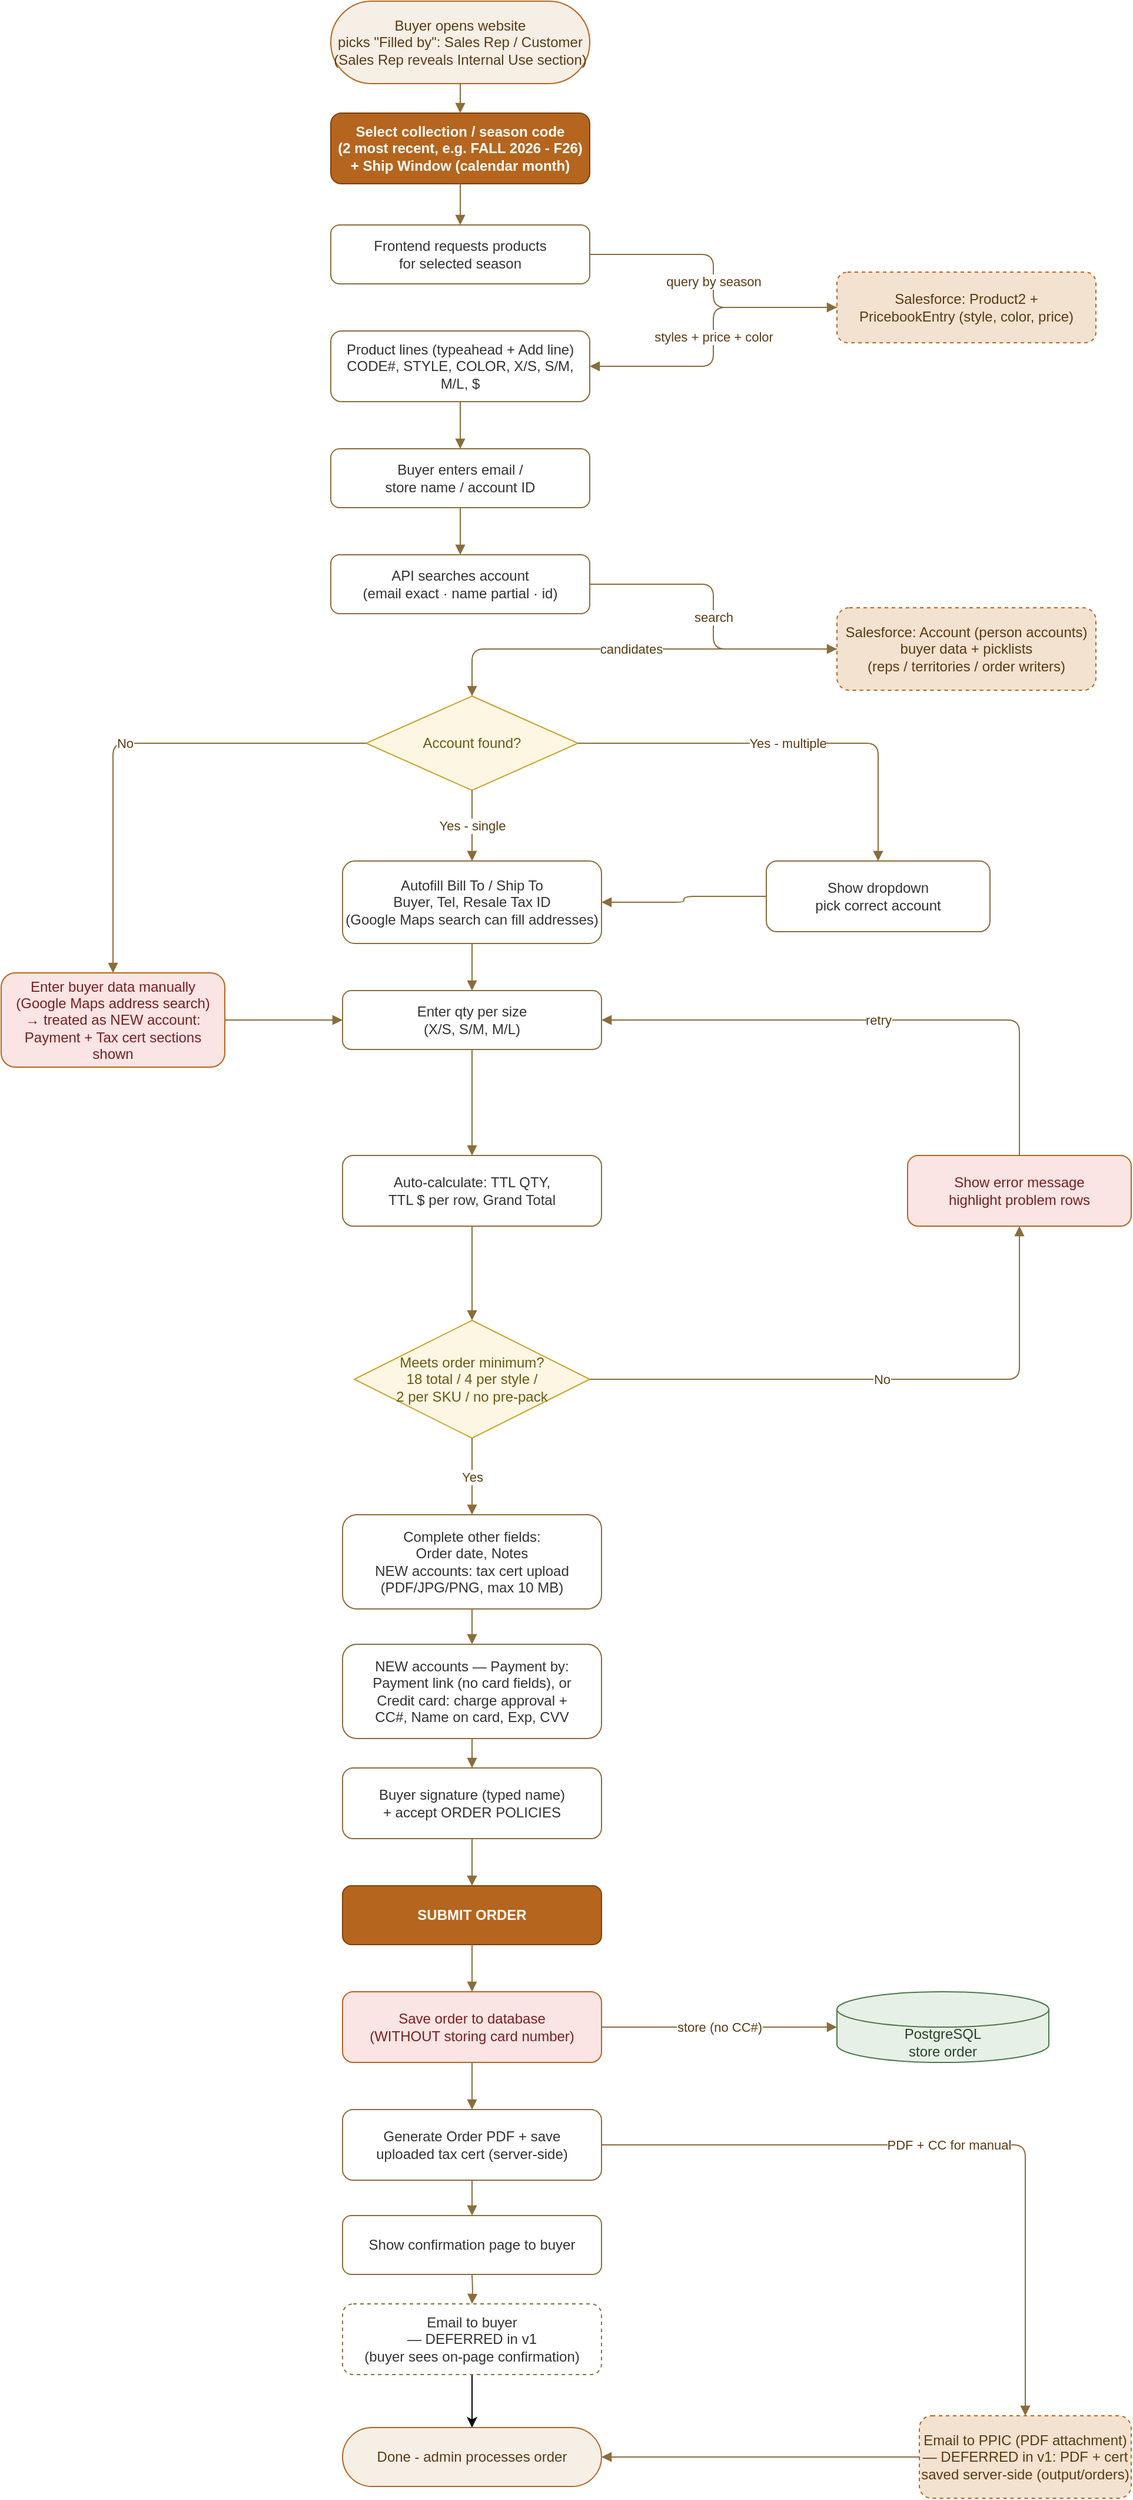
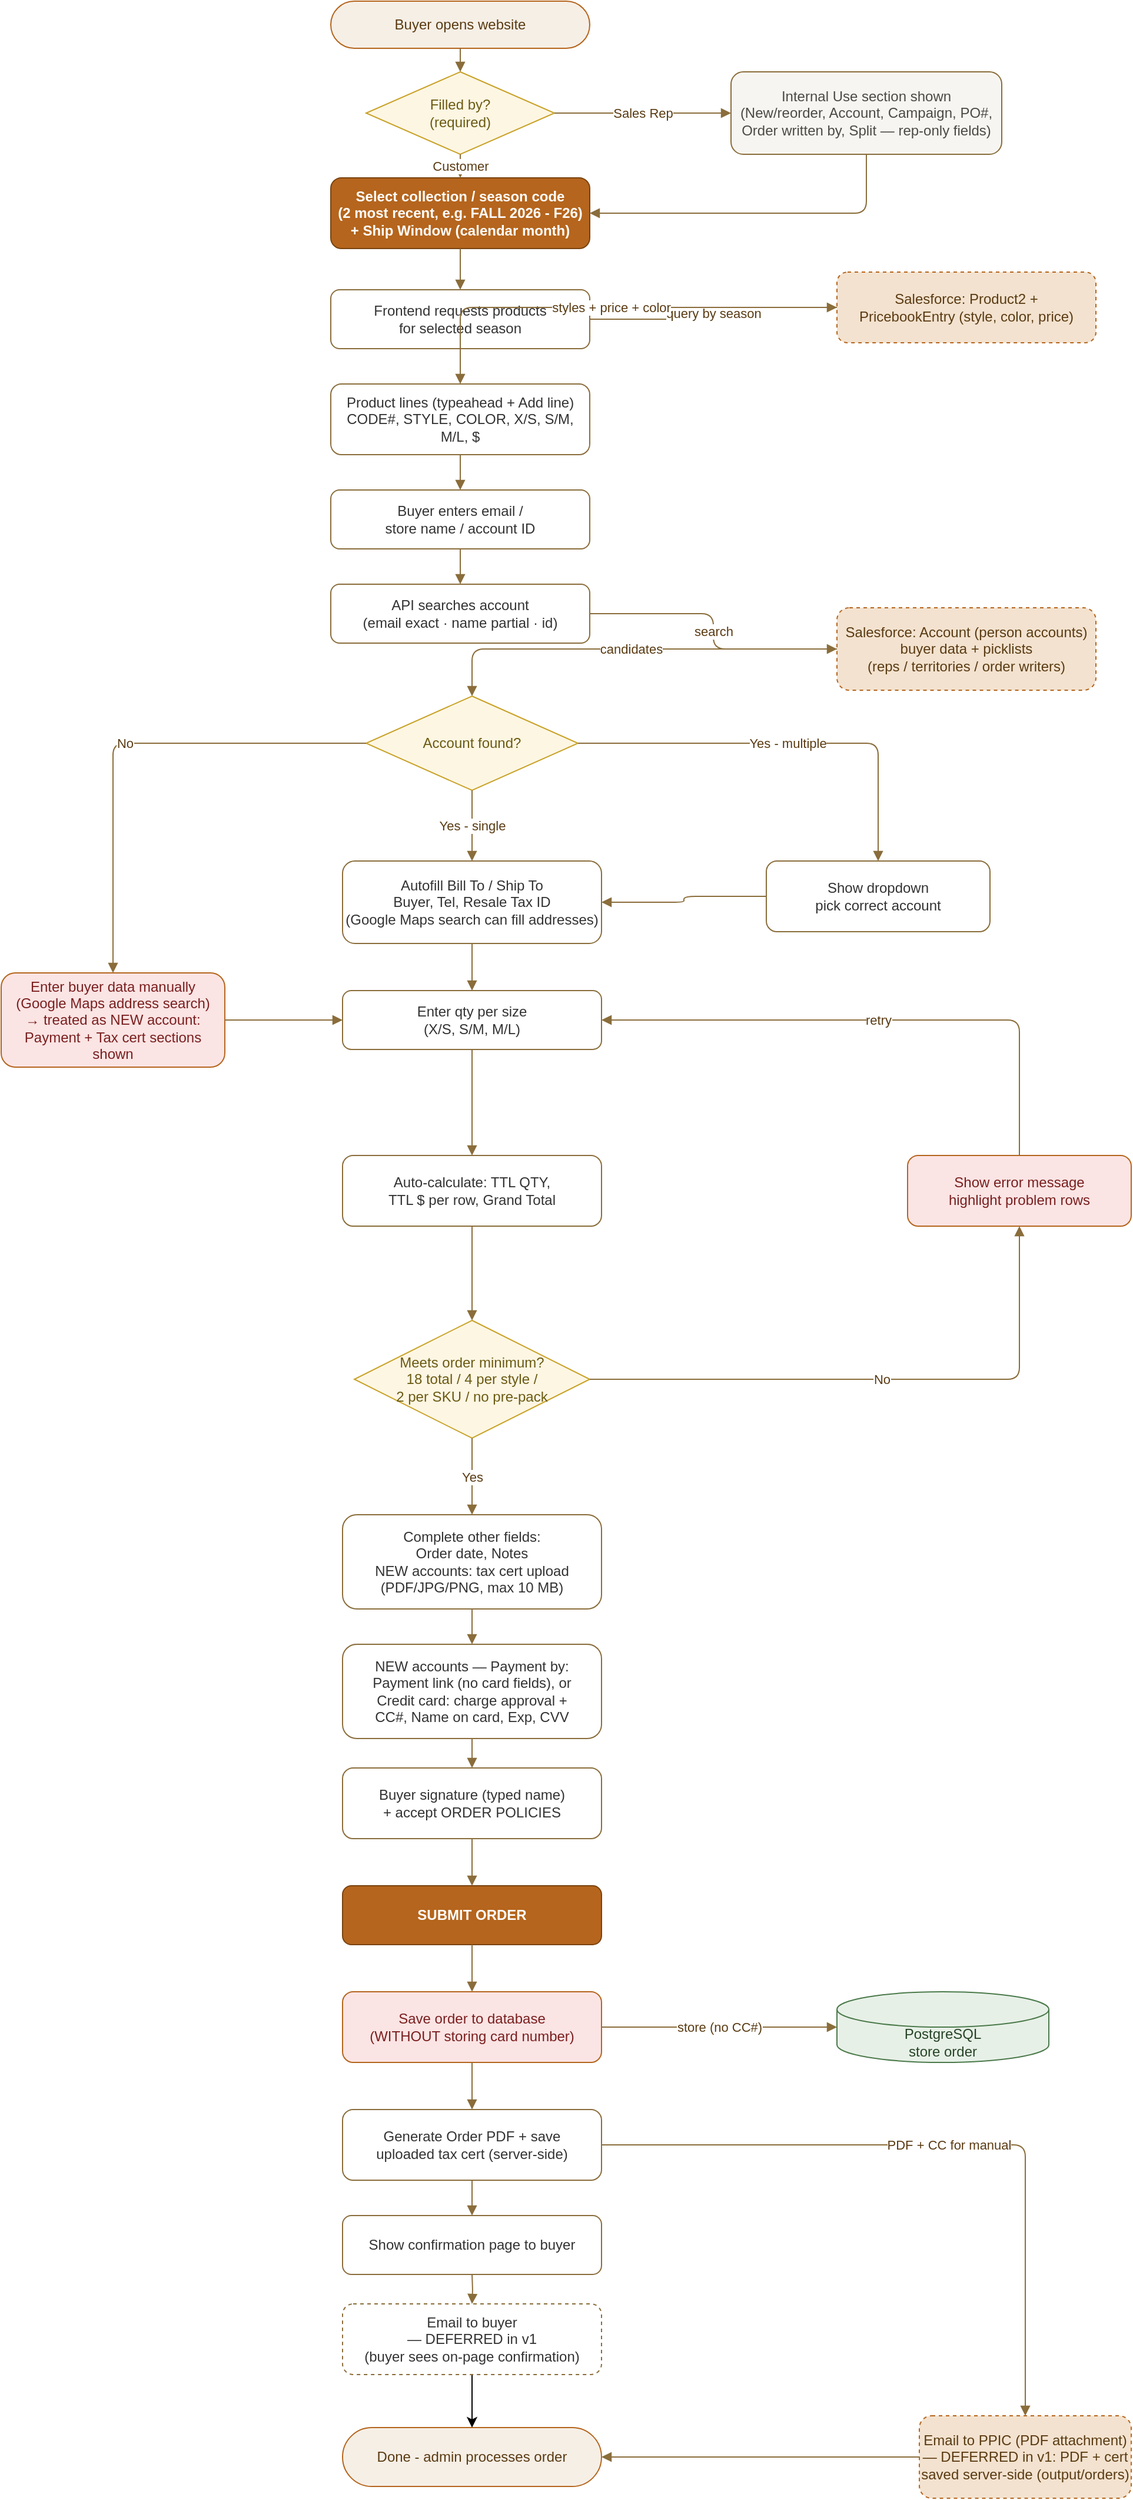
<mxfile host="65bd71144e">
    <diagram id="woodenships-order" name="Wooden Ships Order Flow">
        <mxGraphModel dx="1666" dy="571" grid="1" gridSize="10" guides="1" tooltips="1" connect="1" arrows="1" fold="1" page="1" pageScale="1" pageWidth="1100" pageHeight="1900" math="0" shadow="0">
            <root>
                <mxCell id="0"/>
                <mxCell id="1" parent="0"/>
-                 <mxCell id="start" value="Buyer opens website&lt;br&gt;picks &quot;Filled by&quot;: Sales Rep / Customer&lt;br&gt;(Sales Rep reveals Internal Use section)" style="rounded=1;whiteSpace=wrap;html=1;fillColor=#f6efe6;strokeColor=#b5651d;arcSize=50;fontColor=#5a3b13;" parent="1" vertex="1">
-                     <mxGeometry x="360" y="10" width="220" height="70" as="geometry"/>
+                 <mxCell id="start" value="Buyer opens website" style="rounded=1;whiteSpace=wrap;html=1;fillColor=#f6efe6;strokeColor=#b5651d;arcSize=50;fontColor=#5a3b13;" parent="1" vertex="1">
+                     <mxGeometry x="360" y="10" width="220" height="40" as="geometry"/>
+                 </mxCell>
+                 <mxCell id="filledby" value="Filled by?&lt;br&gt;(required)" style="rhombus;whiteSpace=wrap;html=1;fillColor=#fdf6e3;strokeColor=#c9a227;fontColor=#6b5a12;" parent="1" vertex="1">
+                     <mxGeometry x="390" y="70" width="160" height="70" as="geometry"/>
+                 </mxCell>
+                 <mxCell id="internaluse" value="Internal Use section shown&lt;br&gt;(New/reorder, Account, Campaign, PO#,&lt;br&gt;Order written by, Split — rep-only fields)" style="rounded=1;whiteSpace=wrap;html=1;fillColor=#f7f5f1;strokeColor=#8a6d3b;fontColor=#4c4a45;" parent="1" vertex="1">
+                     <mxGeometry x="700" y="70" width="230" height="70" as="geometry"/>
                </mxCell>
                <mxCell id="season" value="Select collection / season code&lt;br&gt;(2 most recent, e.g. FALL 2026 - F26)&lt;br&gt;+ Ship Window (calendar month)" style="rounded=1;whiteSpace=wrap;html=1;fillColor=#b5651d;strokeColor=#7a430f;fontColor=#ffffff;fontStyle=1;" parent="1" vertex="1">
-                     <mxGeometry x="360" y="105" width="220" height="60" as="geometry"/>
+                     <mxGeometry x="360" y="160" width="220" height="60" as="geometry"/>
                </mxCell>
                <mxCell id="req" value="Frontend requests products&lt;br&gt;for selected season" style="rounded=1;whiteSpace=wrap;html=1;fillColor=#ffffff;strokeColor=#8a6d3b;fontColor=#333333;" parent="1" vertex="1">
-                     <mxGeometry x="360" y="200" width="220" height="50" as="geometry"/>
+                     <mxGeometry x="360" y="255" width="220" height="50" as="geometry"/>
                </mxCell>
                <mxCell id="show" value="Product lines (typeahead + Add line)&lt;br&gt;CODE#, STYLE, COLOR, X/S, S/M, M/L, $" style="rounded=1;whiteSpace=wrap;html=1;fillColor=#ffffff;strokeColor=#8a6d3b;fontColor=#333333;" parent="1" vertex="1">
-                     <mxGeometry x="360" y="290" width="220" height="60" as="geometry"/>
+                     <mxGeometry x="360" y="335" width="220" height="60" as="geometry"/>
                </mxCell>
                <mxCell id="buyer" value="Buyer enters email /&lt;br&gt;store name / account ID" style="rounded=1;whiteSpace=wrap;html=1;fillColor=#ffffff;strokeColor=#8a6d3b;fontColor=#333333;" parent="1" vertex="1">
-                     <mxGeometry x="360" y="390" width="220" height="50" as="geometry"/>
+                     <mxGeometry x="360" y="425" width="220" height="50" as="geometry"/>
                </mxCell>
                <mxCell id="api2" value="API searches account&lt;br&gt;(email exact · name partial · id)" style="rounded=1;whiteSpace=wrap;html=1;fillColor=#ffffff;strokeColor=#8a6d3b;fontColor=#333333;" parent="1" vertex="1">
-                     <mxGeometry x="360" y="480" width="220" height="50" as="geometry"/>
+                     <mxGeometry x="360" y="505" width="220" height="50" as="geometry"/>
                </mxCell>
                <mxCell id="match" value="Account found?" style="rhombus;whiteSpace=wrap;html=1;fillColor=#fdf6e3;strokeColor=#c9a227;fontColor=#6b5a12;" parent="1" vertex="1">
                    <mxGeometry x="390" y="600" width="180" height="80" as="geometry"/>
                </mxCell>
                <mxCell id="autofill" value="Autofill Bill To / Ship To&lt;br&gt;Buyer, Tel, Resale Tax ID&lt;br&gt;(Google Maps search can fill addresses)" style="rounded=1;whiteSpace=wrap;html=1;fillColor=#ffffff;strokeColor=#8a6d3b;fontColor=#333333;" parent="1" vertex="1">
                    <mxGeometry x="370" y="740" width="220" height="70" as="geometry"/>
                </mxCell>
                <mxCell id="qty" value="Enter qty per size&lt;br&gt;(X/S, S/M, M/L)" style="rounded=1;whiteSpace=wrap;html=1;fillColor=#ffffff;strokeColor=#8a6d3b;fontColor=#333333;" parent="1" vertex="1">
                    <mxGeometry x="370" y="850" width="220" height="50" as="geometry"/>
                </mxCell>
                <mxCell id="calc" value="Auto-calculate: TTL QTY,&lt;br&gt;TTL $ per row, Grand Total" style="rounded=1;whiteSpace=wrap;html=1;fillColor=#ffffff;strokeColor=#8a6d3b;fontColor=#333333;" parent="1" vertex="1">
                    <mxGeometry x="370" y="990" width="220" height="60" as="geometry"/>
                </mxCell>
                <mxCell id="valid" value="Meets order minimum?&lt;br&gt;18 total / 4 per style /&lt;br&gt;2 per SKU / no pre-pack" style="rhombus;whiteSpace=wrap;html=1;fillColor=#fdf6e3;strokeColor=#c9a227;fontColor=#6b5a12;" parent="1" vertex="1">
                    <mxGeometry x="380" y="1130" width="200" height="100" as="geometry"/>
                </mxCell>
                <mxCell id="details" value="Complete other fields:&lt;br&gt;Order date, Notes&lt;br&gt;NEW accounts: tax cert upload&lt;br&gt;(PDF/JPG/PNG, max 10 MB)" style="rounded=1;whiteSpace=wrap;html=1;fillColor=#ffffff;strokeColor=#8a6d3b;fontColor=#333333;" parent="1" vertex="1">
                    <mxGeometry x="370" y="1295" width="220" height="80" as="geometry"/>
                </mxCell>
                <mxCell id="pay" value="NEW accounts — Payment by:&lt;br&gt;Payment link (no card fields), or&lt;br&gt;Credit card: charge approval +&lt;br&gt;CC#, Name on card, Exp, CVV" style="rounded=1;whiteSpace=wrap;html=1;fillColor=#ffffff;strokeColor=#8a6d3b;fontColor=#333333;" parent="1" vertex="1">
                    <mxGeometry x="370" y="1405" width="220" height="80" as="geometry"/>
                </mxCell>
                <mxCell id="sign" value="Buyer signature (typed name)&lt;br&gt;+ accept ORDER POLICIES" style="rounded=1;whiteSpace=wrap;html=1;fillColor=#ffffff;strokeColor=#8a6d3b;fontColor=#333333;" parent="1" vertex="1">
                    <mxGeometry x="370" y="1510" width="220" height="60" as="geometry"/>
                </mxCell>
                <mxCell id="submit" value="SUBMIT ORDER" style="rounded=1;whiteSpace=wrap;html=1;fillColor=#b5651d;strokeColor=#7a430f;fontColor=#ffffff;fontStyle=1;" parent="1" vertex="1">
                    <mxGeometry x="370" y="1610" width="220" height="50" as="geometry"/>
                </mxCell>
                <mxCell id="save" value="Save order to database&lt;br&gt;(WITHOUT storing card number)" style="rounded=1;whiteSpace=wrap;html=1;fillColor=#fbe4e4;strokeColor=#b5651d;fontColor=#7a1f1f;" parent="1" vertex="1">
                    <mxGeometry x="370" y="1700" width="220" height="60" as="geometry"/>
                </mxCell>
                <mxCell id="pdf" value="Generate Order PDF + save&lt;br&gt;uploaded tax cert (server-side)" style="rounded=1;whiteSpace=wrap;html=1;fillColor=#ffffff;strokeColor=#8a6d3b;fontColor=#333333;" parent="1" vertex="1">
                    <mxGeometry x="370" y="1800" width="220" height="60" as="geometry"/>
                </mxCell>
                <mxCell id="confirm" value="Show confirmation page to buyer" style="rounded=1;whiteSpace=wrap;html=1;fillColor=#ffffff;strokeColor=#8a6d3b;fontColor=#333333;" parent="1" vertex="1">
                    <mxGeometry x="370" y="1890" width="220" height="50" as="geometry"/>
                </mxCell>
                <mxCell id="done" value="Done - admin processes order" style="rounded=1;whiteSpace=wrap;html=1;fillColor=#f6efe6;strokeColor=#b5651d;arcSize=50;fontColor=#5a3b13;" parent="1" vertex="1">
                    <mxGeometry x="370" y="2070" width="220" height="50" as="geometry"/>
                </mxCell>
                <mxCell id="pick" value="Show dropdown&lt;br&gt;pick correct account" style="rounded=1;whiteSpace=wrap;html=1;fillColor=#ffffff;strokeColor=#8a6d3b;fontColor=#333333;" parent="1" vertex="1">
                    <mxGeometry x="730" y="740" width="190" height="60" as="geometry"/>
                </mxCell>
                <mxCell id="manual" value="Enter buyer data manually&lt;br&gt;(Google Maps address search)&lt;br&gt;→ treated as NEW account:&lt;br&gt;Payment + Tax cert sections shown" style="rounded=1;whiteSpace=wrap;html=1;fillColor=#fbe4e4;strokeColor=#b5651d;fontColor=#7a1f1f;" parent="1" vertex="1">
                    <mxGeometry x="80" y="835" width="190" height="80" as="geometry"/>
                </mxCell>
                <mxCell id="err" value="Show error message&lt;br&gt;highlight problem rows" style="rounded=1;whiteSpace=wrap;html=1;fillColor=#fbe4e4;strokeColor=#b5651d;fontColor=#7a1f1f;" parent="1" vertex="1">
                    <mxGeometry x="850" y="990" width="190" height="60" as="geometry"/>
                </mxCell>
                <mxCell id="sfprod" value="Salesforce: Product2 +&lt;br&gt;PricebookEntry (style, color, price)" style="rounded=1;whiteSpace=wrap;html=1;fillColor=#f3e2cf;strokeColor=#b5651d;fontColor=#5a3b13;dashed=1;" parent="1" vertex="1">
                    <mxGeometry x="790" y="240" width="220" height="60" as="geometry"/>
                </mxCell>
                <mxCell id="sfacc" value="Salesforce: Account (person accounts)&lt;br&gt;buyer data + picklists&lt;br&gt;(reps / territories / order writers)" style="rounded=1;whiteSpace=wrap;html=1;fillColor=#f3e2cf;strokeColor=#b5651d;fontColor=#5a3b13;dashed=1;" parent="1" vertex="1">
                    <mxGeometry x="790" y="525" width="220" height="70" as="geometry"/>
                </mxCell>
                <mxCell id="db" value="PostgreSQL&lt;br&gt;store order" style="shape=cylinder3;whiteSpace=wrap;html=1;boundedLbl=1;backgroundOutline=1;fillColor=#e7f0e7;strokeColor=#4b7a4b;fontColor=#274427;" parent="1" vertex="1">
                    <mxGeometry x="790" y="1700" width="180" height="60" as="geometry"/>
                </mxCell>
                <mxCell id="mail" value="Email to PPIC (PDF attachment)&lt;br&gt;— DEFERRED in v1: PDF + cert&lt;br&gt;saved server-side (output/orders)" style="rounded=1;whiteSpace=wrap;html=1;fillColor=#f3e2cf;strokeColor=#b5651d;fontColor=#5a3b13;dashed=1;" parent="1" vertex="1">
                    <mxGeometry x="860" y="2060" width="180" height="70" as="geometry"/>
                </mxCell>
-                 <mxCell id="e0" value="" style="edgeStyle=orthogonalEdgeStyle;rounded=1;html=1;strokeColor=#8a6d3b;fontColor=#5a3b13;endArrow=block;" parent="1" source="start" target="season" edge="1">
+                 <mxCell id="e0" value="" style="edgeStyle=orthogonalEdgeStyle;rounded=1;html=1;strokeColor=#8a6d3b;fontColor=#5a3b13;endArrow=block;" parent="1" source="start" target="filledby" edge="1">
+                     <mxGeometry relative="1" as="geometry"/>
+                 </mxCell>
+                 <mxCell id="efb1" value="Sales Rep" style="edgeStyle=orthogonalEdgeStyle;rounded=1;html=1;strokeColor=#8a6d3b;fontColor=#5a3b13;endArrow=block;exitX=1;exitY=0.5;exitDx=0;exitDy=0;entryX=0;entryY=0.5;entryDx=0;entryDy=0;" parent="1" source="filledby" target="internaluse" edge="1">
+                     <mxGeometry relative="1" as="geometry"/>
+                 </mxCell>
+                 <mxCell id="efb2" value="Customer" style="edgeStyle=orthogonalEdgeStyle;rounded=1;html=1;strokeColor=#8a6d3b;fontColor=#5a3b13;endArrow=block;exitX=0.5;exitY=1;exitDx=0;exitDy=0;entryX=0.5;entryY=0;entryDx=0;entryDy=0;" parent="1" source="filledby" target="season" edge="1">
+                     <mxGeometry relative="1" as="geometry"/>
+                 </mxCell>
+                 <mxCell id="efb3" value="" style="edgeStyle=orthogonalEdgeStyle;rounded=1;html=1;strokeColor=#8a6d3b;fontColor=#5a3b13;endArrow=block;exitX=0.5;exitY=1;exitDx=0;exitDy=0;entryX=1;entryY=0.5;entryDx=0;entryDy=0;" parent="1" source="internaluse" target="season" edge="1">
                    <mxGeometry relative="1" as="geometry"/>
                </mxCell>
                <mxCell id="e1" value="" style="edgeStyle=orthogonalEdgeStyle;rounded=1;html=1;strokeColor=#8a6d3b;fontColor=#5a3b13;endArrow=block;" parent="1" source="season" target="req" edge="1">
                    <mxGeometry relative="1" as="geometry"/>
                </mxCell>
                <mxCell id="e2" value="query by season" style="edgeStyle=orthogonalEdgeStyle;rounded=1;html=1;strokeColor=#8a6d3b;fontColor=#5a3b13;endArrow=block;" parent="1" source="req" target="sfprod" edge="1">
                    <mxGeometry relative="1" as="geometry"/>
                </mxCell>
                <mxCell id="e3" value="styles + price + color" style="edgeStyle=orthogonalEdgeStyle;rounded=1;html=1;strokeColor=#8a6d3b;fontColor=#5a3b13;endArrow=block;" parent="1" source="sfprod" target="show" edge="1">
                    <mxGeometry relative="1" as="geometry"/>
                </mxCell>
                <mxCell id="e4" value="" style="edgeStyle=orthogonalEdgeStyle;rounded=1;html=1;strokeColor=#8a6d3b;fontColor=#5a3b13;endArrow=block;" parent="1" source="show" target="buyer" edge="1">
                    <mxGeometry relative="1" as="geometry"/>
                </mxCell>
                <mxCell id="e5" value="" style="edgeStyle=orthogonalEdgeStyle;rounded=1;html=1;strokeColor=#8a6d3b;fontColor=#5a3b13;endArrow=block;" parent="1" source="buyer" target="api2" edge="1">
                    <mxGeometry relative="1" as="geometry"/>
                </mxCell>
                <mxCell id="e6" value="search" style="edgeStyle=orthogonalEdgeStyle;rounded=1;html=1;strokeColor=#8a6d3b;fontColor=#5a3b13;endArrow=block;" parent="1" source="api2" target="sfacc" edge="1">
                    <mxGeometry relative="1" as="geometry"/>
                </mxCell>
                <mxCell id="e7" value="candidates" style="edgeStyle=orthogonalEdgeStyle;rounded=1;html=1;strokeColor=#8a6d3b;fontColor=#5a3b13;endArrow=block;" parent="1" source="sfacc" target="match" edge="1">
                    <mxGeometry relative="1" as="geometry">
                        <Array as="points">
                            <mxPoint x="480" y="560"/>
                        </Array>
                        <mxPoint as="offset"/>
                    </mxGeometry>
                </mxCell>
                <mxCell id="e8" value="Yes - multiple" style="edgeStyle=orthogonalEdgeStyle;rounded=1;html=1;strokeColor=#8a6d3b;fontColor=#5a3b13;endArrow=block;" parent="1" source="match" target="pick" edge="1">
                    <mxGeometry x="0.0028" relative="1" as="geometry">
                        <mxPoint as="offset"/>
                    </mxGeometry>
                </mxCell>
                <mxCell id="e9" value="Yes - single" style="edgeStyle=orthogonalEdgeStyle;rounded=1;html=1;strokeColor=#8a6d3b;fontColor=#5a3b13;endArrow=block;" parent="1" source="match" target="autofill" edge="1">
                    <mxGeometry relative="1" as="geometry"/>
                </mxCell>
                <mxCell id="e10" value="No" style="edgeStyle=orthogonalEdgeStyle;rounded=1;html=1;strokeColor=#8a6d3b;fontColor=#5a3b13;endArrow=block;" parent="1" source="match" target="manual" edge="1">
                    <mxGeometry relative="1" as="geometry"/>
                </mxCell>
                <mxCell id="e11" value="" style="edgeStyle=orthogonalEdgeStyle;rounded=1;html=1;strokeColor=#8a6d3b;fontColor=#5a3b13;endArrow=block;" parent="1" source="pick" target="autofill" edge="1">
                    <mxGeometry relative="1" as="geometry"/>
                </mxCell>
                <mxCell id="e12" value="" style="edgeStyle=orthogonalEdgeStyle;rounded=1;html=1;strokeColor=#8a6d3b;fontColor=#5a3b13;endArrow=block;" parent="1" source="manual" target="qty" edge="1">
                    <mxGeometry relative="1" as="geometry"/>
                </mxCell>
                <mxCell id="e13" value="" style="edgeStyle=orthogonalEdgeStyle;rounded=1;html=1;strokeColor=#8a6d3b;fontColor=#5a3b13;endArrow=block;" parent="1" source="autofill" target="qty" edge="1">
                    <mxGeometry relative="1" as="geometry"/>
                </mxCell>
                <mxCell id="e14" value="" style="edgeStyle=orthogonalEdgeStyle;rounded=1;html=1;strokeColor=#8a6d3b;fontColor=#5a3b13;endArrow=block;" parent="1" source="qty" target="calc" edge="1">
                    <mxGeometry relative="1" as="geometry"/>
                </mxCell>
                <mxCell id="e15" value="" style="edgeStyle=orthogonalEdgeStyle;rounded=1;html=1;strokeColor=#8a6d3b;fontColor=#5a3b13;endArrow=block;" parent="1" source="calc" target="valid" edge="1">
                    <mxGeometry relative="1" as="geometry"/>
                </mxCell>
                <mxCell id="e16" value="No" style="edgeStyle=orthogonalEdgeStyle;rounded=1;html=1;strokeColor=#8a6d3b;fontColor=#5a3b13;endArrow=block;" parent="1" source="valid" target="err" edge="1">
                    <mxGeometry relative="1" as="geometry"/>
                </mxCell>
                <mxCell id="e17" value="retry" style="edgeStyle=orthogonalEdgeStyle;rounded=1;html=1;strokeColor=#8a6d3b;fontColor=#5a3b13;endArrow=block;entryX=1;entryY=0.5;entryDx=0;entryDy=0;" parent="1" source="err" target="qty" edge="1">
                    <mxGeometry relative="1" as="geometry">
                        <Array as="points">
                            <mxPoint x="945" y="875"/>
                        </Array>
                    </mxGeometry>
                </mxCell>
                <mxCell id="e18" value="Yes" style="edgeStyle=orthogonalEdgeStyle;rounded=1;html=1;strokeColor=#8a6d3b;fontColor=#5a3b13;endArrow=block;" parent="1" source="valid" target="details" edge="1">
                    <mxGeometry relative="1" as="geometry"/>
                </mxCell>
                <mxCell id="e19" value="" style="edgeStyle=orthogonalEdgeStyle;rounded=1;html=1;strokeColor=#8a6d3b;fontColor=#5a3b13;endArrow=block;" parent="1" source="details" target="pay" edge="1">
                    <mxGeometry relative="1" as="geometry"/>
                </mxCell>
                <mxCell id="e20" value="" style="edgeStyle=orthogonalEdgeStyle;rounded=1;html=1;strokeColor=#8a6d3b;fontColor=#5a3b13;endArrow=block;" parent="1" source="pay" target="sign" edge="1">
                    <mxGeometry relative="1" as="geometry"/>
                </mxCell>
                <mxCell id="e21" value="" style="edgeStyle=orthogonalEdgeStyle;rounded=1;html=1;strokeColor=#8a6d3b;fontColor=#5a3b13;endArrow=block;" parent="1" source="sign" target="submit" edge="1">
                    <mxGeometry relative="1" as="geometry"/>
                </mxCell>
                <mxCell id="e22" value="" style="edgeStyle=orthogonalEdgeStyle;rounded=1;html=1;strokeColor=#8a6d3b;fontColor=#5a3b13;endArrow=block;" parent="1" source="submit" target="save" edge="1">
                    <mxGeometry relative="1" as="geometry"/>
                </mxCell>
                <mxCell id="e23" value="store (no CC#)" style="edgeStyle=orthogonalEdgeStyle;rounded=1;html=1;strokeColor=#8a6d3b;fontColor=#5a3b13;endArrow=block;" parent="1" source="save" target="db" edge="1">
                    <mxGeometry relative="1" as="geometry"/>
                </mxCell>
                <mxCell id="e24" value="" style="edgeStyle=orthogonalEdgeStyle;rounded=1;html=1;strokeColor=#8a6d3b;fontColor=#5a3b13;endArrow=block;" parent="1" source="save" target="pdf" edge="1">
                    <mxGeometry relative="1" as="geometry"/>
                </mxCell>
                <mxCell id="e25" value="PDF + CC for manual" style="edgeStyle=orthogonalEdgeStyle;rounded=1;html=1;strokeColor=#8a6d3b;fontColor=#5a3b13;endArrow=block;" parent="1" source="pdf" target="mail" edge="1">
                    <mxGeometry relative="1" as="geometry"/>
                </mxCell>
                <mxCell id="e26" value="" style="edgeStyle=orthogonalEdgeStyle;rounded=1;html=1;strokeColor=#8a6d3b;fontColor=#5a3b13;endArrow=block;" parent="1" source="pdf" target="confirm" edge="1">
                    <mxGeometry relative="1" as="geometry"/>
                </mxCell>
                <mxCell id="e27" value="" style="edgeStyle=orthogonalEdgeStyle;rounded=1;html=1;strokeColor=#8a6d3b;fontColor=#5a3b13;endArrow=block;" parent="1" source="mail" target="done" edge="1">
                    <mxGeometry relative="1" as="geometry"/>
                </mxCell>
                <mxCell id="e28" value="" style="edgeStyle=orthogonalEdgeStyle;rounded=1;html=1;strokeColor=#8a6d3b;fontColor=#5a3b13;endArrow=block;entryX=0.5;entryY=0;entryDx=0;entryDy=0;" parent="1" target="2" edge="1">
                    <mxGeometry relative="1" as="geometry">
                        <mxPoint x="480" y="1940" as="sourcePoint"/>
                    </mxGeometry>
                </mxCell>
                <mxCell id="3" style="edgeStyle=none;html=1;exitX=0.5;exitY=1;exitDx=0;exitDy=0;entryX=0.5;entryY=0;entryDx=0;entryDy=0;" edge="1" parent="1" source="2" target="done">
                    <mxGeometry relative="1" as="geometry"/>
                </mxCell>
                <mxCell id="2" value="Email to buyer&lt;br&gt;— DEFERRED in v1&lt;br&gt;(buyer sees on-page confirmation)" style="rounded=1;whiteSpace=wrap;html=1;fillColor=#ffffff;strokeColor=#8a6d3b;fontColor=#333333;dashed=1;" vertex="1" parent="1">
                    <mxGeometry x="370" y="1965" width="220" height="60" as="geometry"/>
                </mxCell>
            </root>
        </mxGraphModel>
    </diagram>
</mxfile>